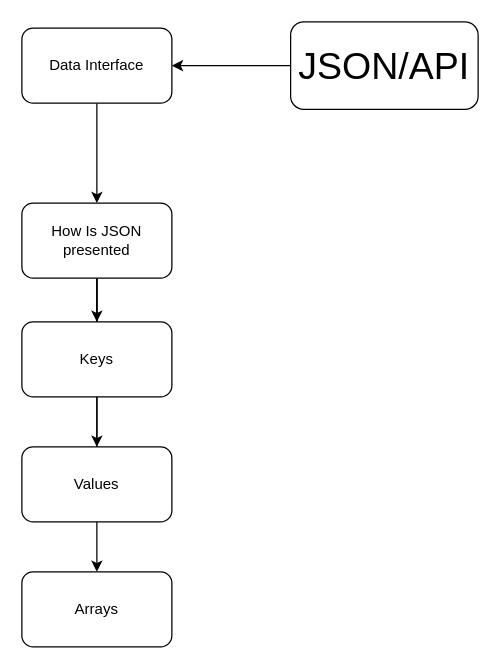
Before: Untitled Diagram.drawio in rudra-code-creator/terra, a draw.io diagram. Source tidied: cells renumbered, new cells numbered last; positions are measured from the earlier drawing's top-left corner, leaving out a move shared by most shapes. Both pictures are drawn from the tidied source at 125%, with x=0, y=0 at pixel (21, 21).
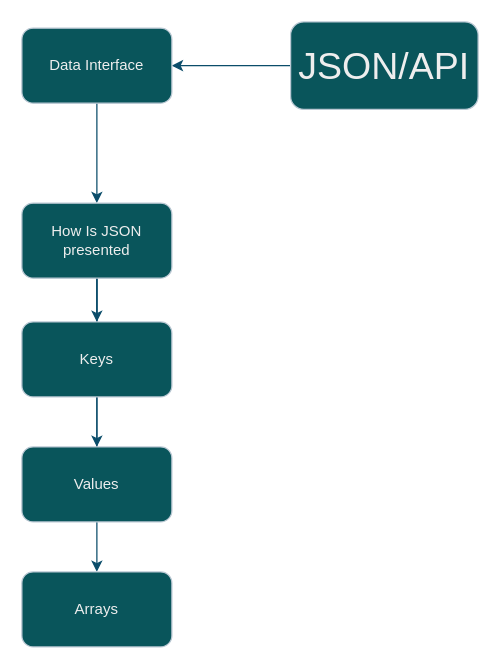
The same page after the edit.

What changed in the source:
```diff
@@
 <mxGraphModel>
   <root>
     <mxCell id="0" />
     <mxCell id="1" parent="0" />
-    <mxCell id="2" style="edgeStyle=orthogonalEdgeStyle;rounded=0;jettySize=auto;html=1;" parent="1" edge="1" source="3" target="5">
+    <mxCell id="2" style="edgeStyle=orthogonalEdgeStyle;rounded=0;jettySize=auto;html=1;labelBackgroundColor=none;strokeColor=#0B4D6A;fontColor=default;" parent="1" edge="1" source="3" target="5">
       <mxGeometry relative="1" as="geometry" />
     </mxCell>
-    <mxCell id="3" value="&lt;font style=&quot;font-size: 30px;&quot;&gt;JSON/API&lt;/font&gt;" style="rounded=1;whiteSpace=wrap;html=1;" parent="1" vertex="1">
+    <mxCell id="3" value="&lt;font style=&quot;font-size: 30px;&quot;&gt;JSON/API&lt;/font&gt;" style="rounded=1;whiteSpace=wrap;html=1;labelBackgroundColor=none;fillColor=#09555B;strokeColor=#BAC8D3;fontColor=#EEEEEE;" parent="1" vertex="1">
       <mxGeometry x="215" width="150" height="70" as="geometry" />
     </mxCell>
-    <mxCell id="4" style="edgeStyle=orthogonalEdgeStyle;rounded=0;jettySize=auto;html=1;" parent="1" edge="1" source="5" target="9">
+    <mxCell id="4" style="edgeStyle=orthogonalEdgeStyle;rounded=0;jettySize=auto;html=1;labelBackgroundColor=none;strokeColor=#0B4D6A;fontColor=default;" parent="1" edge="1" source="5" target="9">
       <mxGeometry relative="1" as="geometry" />
     </mxCell>
-    <mxCell id="5" value="Data Interface" style="whiteSpace=wrap;html=1;rounded=1;" parent="1" vertex="1">
+    <mxCell id="5" value="Data Interface" style="whiteSpace=wrap;html=1;rounded=1;labelBackgroundColor=none;fillColor=#09555B;strokeColor=#BAC8D3;fontColor=#EEEEEE;" parent="1" vertex="1">
       <mxGeometry y="5" width="120" height="60" as="geometry" />
     </mxCell>
-    <mxCell id="6" style="edgeStyle=orthogonalEdgeStyle;rounded=0;jettySize=auto;html=1;" parent="1" edge="1" source="9" target="10">
+    <mxCell id="6" style="edgeStyle=orthogonalEdgeStyle;rounded=0;jettySize=auto;html=1;labelBackgroundColor=none;strokeColor=#0B4D6A;fontColor=default;" parent="1" edge="1" source="9" target="10">
       <mxGeometry relative="1" as="geometry" />
     </mxCell>
-    <mxCell id="7" style="edgeStyle=orthogonalEdgeStyle;rounded=0;jettySize=auto;html=1;" parent="1" edge="1" source="9" target="11">
+    <mxCell id="7" style="edgeStyle=orthogonalEdgeStyle;rounded=0;jettySize=auto;html=1;labelBackgroundColor=none;strokeColor=#0B4D6A;fontColor=default;" parent="1" edge="1" source="9" target="11">
       <mxGeometry relative="1" as="geometry" />
     </mxCell>
-    <mxCell id="8" style="edgeStyle=orthogonalEdgeStyle;rounded=0;jettySize=auto;html=1;" parent="1" edge="1" source="9" target="12">
+    <mxCell id="8" style="edgeStyle=orthogonalEdgeStyle;rounded=0;jettySize=auto;html=1;labelBackgroundColor=none;strokeColor=#0B4D6A;fontColor=default;" parent="1" edge="1" source="9" target="12">
       <mxGeometry relative="1" as="geometry" />
     </mxCell>
-    <mxCell id="9" value="How Is JSON presented" style="whiteSpace=wrap;html=1;rounded=1;" parent="1" vertex="1">
+    <mxCell id="9" value="How Is JSON presented" style="whiteSpace=wrap;html=1;rounded=1;labelBackgroundColor=none;fillColor=#09555B;strokeColor=#BAC8D3;fontColor=#EEEEEE;" parent="1" vertex="1">
       <mxGeometry y="145" width="120" height="60" as="geometry" />
     </mxCell>
-    <mxCell id="10" value="Keys" style="whiteSpace=wrap;html=1;rounded=1;" parent="1" vertex="1">
+    <mxCell id="10" value="Keys" style="whiteSpace=wrap;html=1;rounded=1;labelBackgroundColor=none;fillColor=#09555B;strokeColor=#BAC8D3;fontColor=#EEEEEE;" parent="1" vertex="1">
       <mxGeometry y="240" width="120" height="60" as="geometry" />
     </mxCell>
-    <mxCell id="11" value="Values" style="whiteSpace=wrap;html=1;rounded=1;" parent="1" vertex="1">
+    <mxCell id="11" value="Values" style="whiteSpace=wrap;html=1;rounded=1;labelBackgroundColor=none;fillColor=#09555B;strokeColor=#BAC8D3;fontColor=#EEEEEE;" parent="1" vertex="1">
       <mxGeometry y="340" width="120" height="60" as="geometry" />
     </mxCell>
-    <mxCell id="12" value="Arrays" style="whiteSpace=wrap;html=1;rounded=1;" parent="1" vertex="1">
+    <mxCell id="12" value="Arrays" style="whiteSpace=wrap;html=1;rounded=1;labelBackgroundColor=none;fillColor=#09555B;strokeColor=#BAC8D3;fontColor=#EEEEEE;" parent="1" vertex="1">
       <mxGeometry y="440" width="120" height="60" as="geometry" />
     </mxCell>
   </root>
 </mxGraphModel>
```
